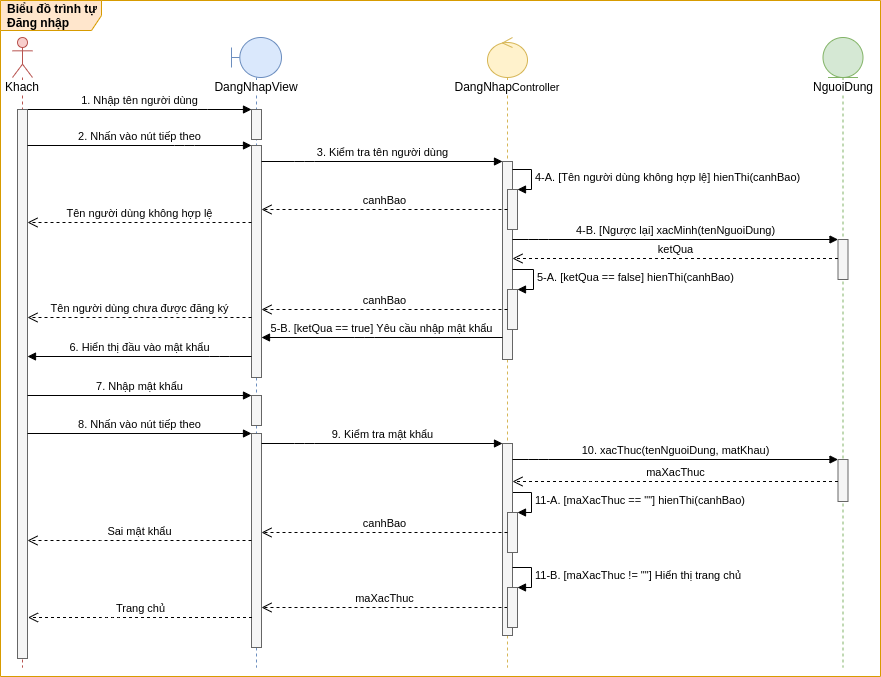
Earlier version of the draw.io export images/Sequence Diagram/Login.png (luclegen/medicine16). Source tidied: cells renumbered, new cells last; positions are measured from the earlier drawing's top-left corner, leaving out a move shared by most shapes.
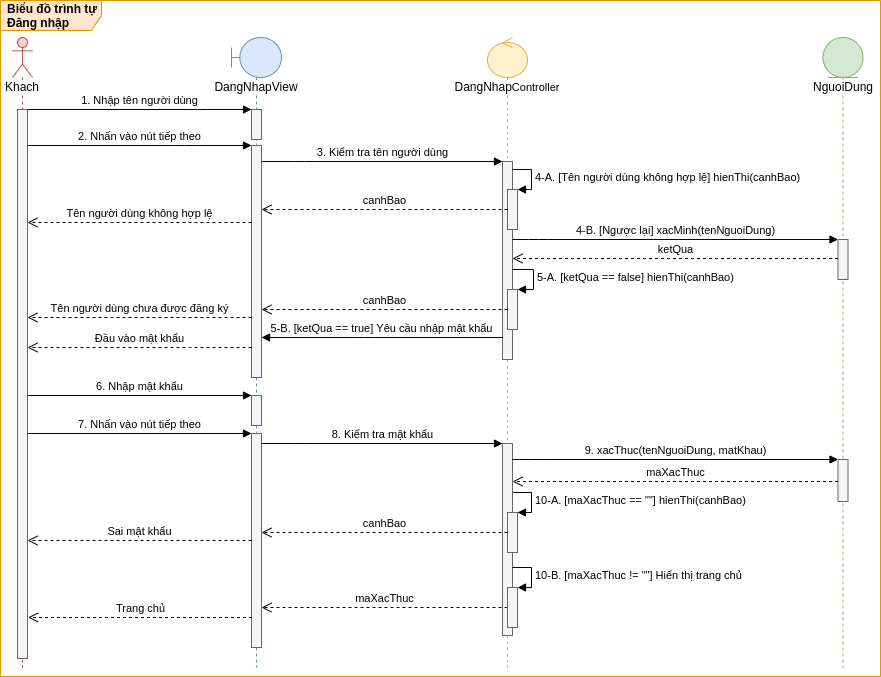
Above is the later version.

Change to the diagram source:
```diff
@@ -8,15 +8,15 @@
     <mxCell id="3" value="&lt;span style=&quot;background-color: rgb(255 , 255 , 255)&quot;&gt;DangNhap&lt;span style=&quot;font-size: 11px&quot;&gt;Controller&lt;/span&gt;&lt;/span&gt;" style="shape=umlLifeline;participant=umlControl;perimeter=lifelinePerimeter;whiteSpace=wrap;html=1;verticalAlign=top;spacingTop=36;fillColor=#fff2cc;strokeColor=#d6b656;" parent="1" vertex="1">
       <mxGeometry x="487" y="37" width="40" height="630" as="geometry" />
     </mxCell>
-    <mxCell id="4" value="11-A. [maXacThuc == &quot;&quot;] hienThi(canhBao)" style="edgeStyle=orthogonalEdgeStyle;html=1;align=left;spacingLeft=2;endArrow=block;rounded=0;entryX=1;entryY=0;" parent="3" edge="1" target="6">
-      <mxGeometry relative="1" as="geometry">
-        <mxPoint x="25" y="455" as="sourcePoint" />
-        <Array as="points">
-          <mxPoint x="44" y="455" />
-          <mxPoint x="44" y="475" />
-        </Array>
-      </mxGeometry>
-    </mxCell>
+    <mxCell id="44" value="10-A. [maXacThuc == &quot;&quot;] hienThi(canhBao)" style="edgeStyle=orthogonalEdgeStyle;html=1;align=left;spacingLeft=2;endArrow=block;rounded=0;entryX=1;entryY=0;" parent="3" edge="1" target="6">
+      <mxGeometry relative="1" as="geometry">
+        <mxPoint x="25" y="455" as="sourcePoint" />
+        <Array as="points">
+          <mxPoint x="44" y="455" />
+          <mxPoint x="44" y="475" />
+        </Array>
+      </mxGeometry>
+    </mxCell>
     <mxCell id="5" style="html=1;points=[];perimeter=orthogonalPerimeter;fillColor=#f5f5f5;strokeColor=#666666;fontColor=#333333;" parent="3" vertex="1">
       <mxGeometry x="15" y="406" width="10" height="192" as="geometry" />
     </mxCell>
@@ -131,13 +131,6 @@
         </Array>
       </mxGeometry>
     </mxCell>
-    <mxCell id="29" value="6. Hiển thị đầu vào mật khẩu" style="html=1;verticalAlign=bottom;endArrow=block;" parent="1" edge="1" source="8" target="17">
-      <mxGeometry relative="1" as="geometry">
-        <Array as="points">
-          <mxPoint x="219" y="356" />
-        </Array>
-      </mxGeometry>
-    </mxCell>
     <mxCell id="30" value="&lt;span style=&quot;text-align: left&quot;&gt;Tên người dùng chưa được đăng ký&lt;/span&gt;" style="html=1;verticalAlign=bottom;endArrow=open;dashed=1;endSize=8;" parent="1" edge="1" source="8" target="17">
       <mxGeometry relative="1" as="geometry">
         <Array as="points">
@@ -145,16 +138,16 @@
         </Array>
       </mxGeometry>
     </mxCell>
-    <mxCell id="31" value="8. Nhấn vào nút&amp;nbsp;tiếp theo" style="html=1;verticalAlign=bottom;endArrow=block;" parent="1" edge="1" source="17" target="9">
+    <mxCell id="31" value="7. Nhấn vào nút&amp;nbsp;tiếp theo" style="html=1;verticalAlign=bottom;endArrow=block;" parent="1" edge="1" source="17" target="9">
       <mxGeometry relative="1" as="geometry" />
     </mxCell>
     <mxCell id="32" style="html=1;points=[];perimeter=orthogonalPerimeter;fillColor=#f5f5f5;strokeColor=#666666;fontColor=#333333;" parent="1" vertex="1">
       <mxGeometry x="251" y="395" width="10" height="30" as="geometry" />
     </mxCell>
-    <mxCell id="33" value="7. Nhập mật khẩu" style="html=1;verticalAlign=bottom;endArrow=block;" parent="1" edge="1" source="17" target="32">
+    <mxCell id="33" value="6. Nhập mật khẩu" style="html=1;verticalAlign=bottom;endArrow=block;" parent="1" edge="1" source="17" target="32">
       <mxGeometry relative="1" as="geometry" />
     </mxCell>
-    <mxCell id="34" value="9. Kiểm tra mật khẩu" style="html=1;verticalAlign=bottom;endArrow=block;" parent="1" edge="1" source="9" target="5">
+    <mxCell id="34" value="8. Kiểm tra mật khẩu" style="html=1;verticalAlign=bottom;endArrow=block;" parent="1" edge="1" source="9" target="5">
       <mxGeometry relative="1" as="geometry">
         <Array as="points">
           <mxPoint x="304" y="443" />
@@ -171,7 +164,7 @@
     <mxCell id="36" style="html=1;points=[];perimeter=orthogonalPerimeter;fillColor=#f5f5f5;strokeColor=#666666;fontColor=#333333;" parent="1" vertex="1">
       <mxGeometry x="837.5" y="459" width="10" height="42" as="geometry" />
     </mxCell>
-    <mxCell id="37" value="10. xacThuc(tenNguoiDung, matKhau)" style="html=1;verticalAlign=bottom;endArrow=block;" parent="1" edge="1" source="5" target="36">
+    <mxCell id="37" value="9. xacThuc(tenNguoiDung, matKhau)" style="html=1;verticalAlign=bottom;endArrow=block;" parent="1" edge="1" source="5" target="36">
       <mxGeometry relative="1" as="geometry">
         <Array as="points">
           <mxPoint x="538" y="459" />
@@ -191,15 +184,15 @@
     <mxCell id="40" value="&lt;span style=&quot;text-align: left&quot;&gt;maXacThuc&lt;/span&gt;" style="html=1;verticalAlign=bottom;endArrow=open;dashed=1;endSize=8;" parent="1" edge="1" source="42" target="9">
       <mxGeometry relative="1" as="geometry" />
     </mxCell>
-    <mxCell id="41" value="11-B. [maXacThuc != &quot;&quot;] Hiển thị trang chủ" style="edgeStyle=orthogonalEdgeStyle;html=1;align=left;spacingLeft=2;endArrow=block;rounded=0;entryX=1;entryY=0;" parent="1" edge="1" target="42">
-      <mxGeometry relative="1" as="geometry">
-        <mxPoint x="512" y="567" as="sourcePoint" />
-        <Array as="points">
-          <mxPoint x="531" y="567" />
-          <mxPoint x="531" y="587" />
-        </Array>
-      </mxGeometry>
-    </mxCell>
+    <mxCell id="45" value="10-B. [maXacThuc != &quot;&quot;] Hiển thị trang chủ" style="edgeStyle=orthogonalEdgeStyle;html=1;align=left;spacingLeft=2;endArrow=block;rounded=0;entryX=1;entryY=0;" parent="1" edge="1" target="42">
+      <mxGeometry relative="1" as="geometry">
+        <mxPoint x="512" y="567" as="sourcePoint" />
+        <Array as="points">
+          <mxPoint x="531" y="567" />
+          <mxPoint x="531" y="587" />
+        </Array>
+      </mxGeometry>
+    </mxCell>
     <mxCell id="42" style="html=1;points=[];perimeter=orthogonalPerimeter;labelBackgroundColor=#FFFFFF;fillColor=#f5f5f5;strokeColor=#666666;fontColor=#333333;" parent="1" vertex="1">
       <mxGeometry x="507" y="587" width="10" height="40" as="geometry" />
     </mxCell>
@@ -212,5 +205,12 @@
         </Array>
       </mxGeometry>
     </mxCell>
+    <mxCell id="29" value="&lt;span style=&quot;text-align: left&quot;&gt;Đầu vào mật khẩu&lt;/span&gt;" style="html=1;verticalAlign=bottom;endArrow=open;dashed=1;endSize=8;" parent="1" edge="1" source="8" target="17">
+      <mxGeometry relative="1" as="geometry">
+        <Array as="points">
+          <mxPoint x="180" y="347" />
+        </Array>
+      </mxGeometry>
+    </mxCell>
   </root>
 </mxGraphModel>
```
